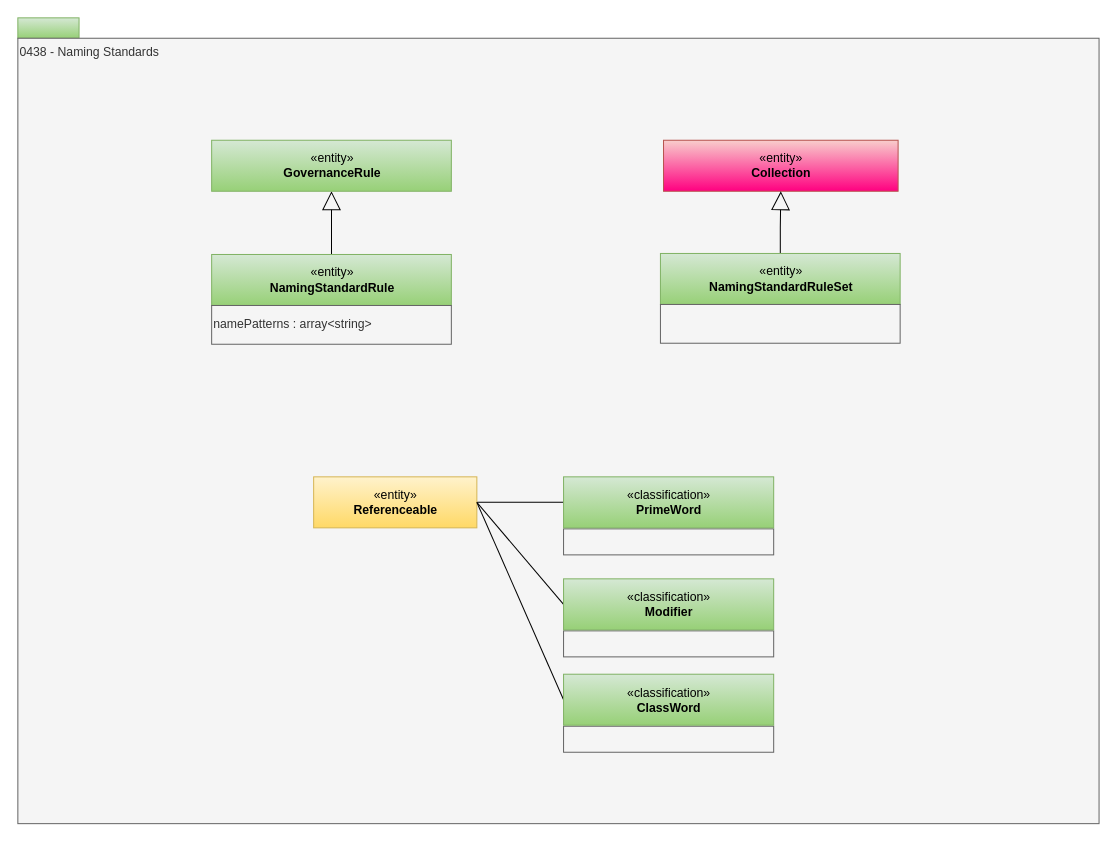
Earlier version of the draw.io diagram page "0438-Naming-Standards" (13 of 30) of site/docs/types/4/area-4-governance.drawio (odpi/egeria-docs). Source tidied: cells renumbered, new cells numbered last; positions are measured from the earlier drawing's top-left corner, leaving out a move shared by most shapes. Both pictures are drawn from the tidied source at 102%, with x=0, y=0 at pixel (17, 17).
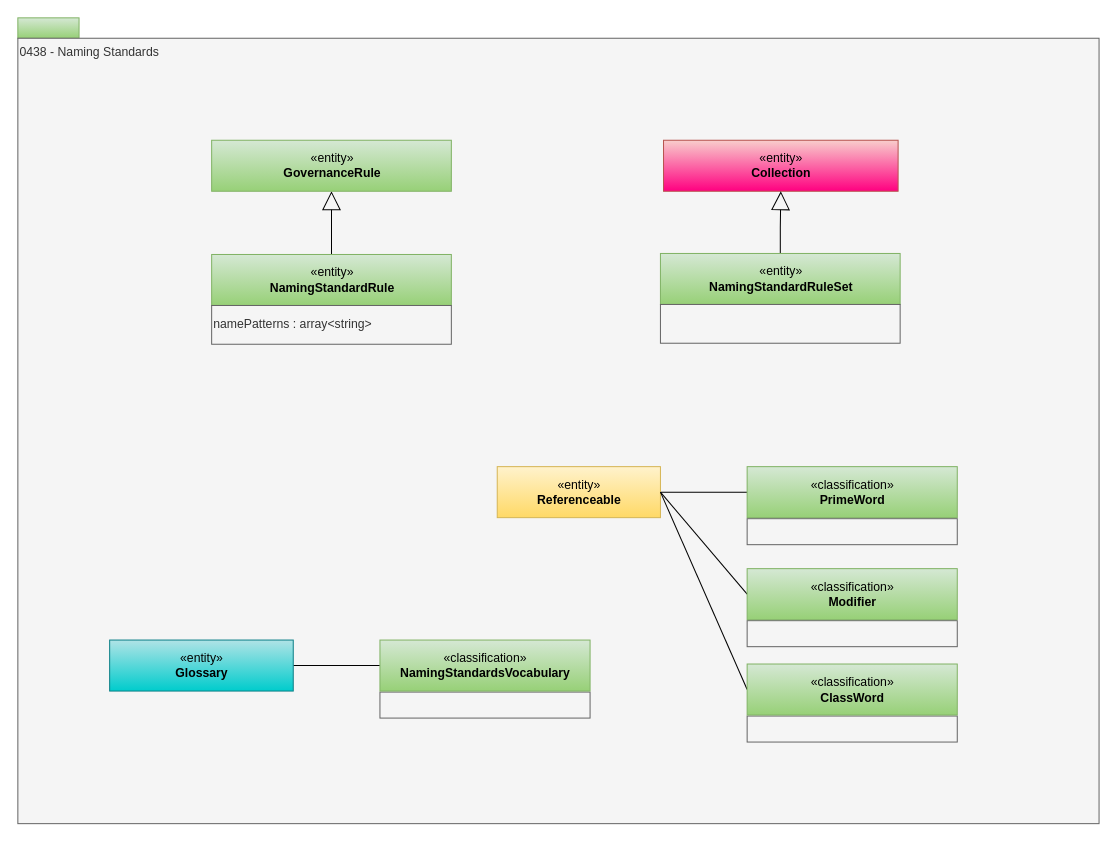
The same diagram, later.

Diff of the diagram source:
```diff
@@
     <mxCell id="4" value="&lt;span&gt;&lt;br&gt;&lt;/span&gt;" style="rounded=0;whiteSpace=wrap;html=1;strokeColor=#666666;align=left;fillColor=#f5f5f5;fontColor=#333333;" parent="1" vertex="1">
-      <mxGeometry x="535" y="501" width="206" height="25.5" as="geometry" />
+      <mxGeometry x="715" y="491" width="206" height="25.5" as="geometry" />
     </mxCell>
@@
     <mxCell id="6" value="«entity»&lt;br&gt;&lt;b&gt;Referenceable&lt;/b&gt;" style="html=1;strokeColor=#d6b656;align=center;fillColor=#fff2cc;gradientColor=#ffd966;" parent="1" vertex="1">
-      <mxGeometry x="290" y="450" width="160" height="50" as="geometry" />
+      <mxGeometry x="470" y="440" width="160" height="50" as="geometry" />
     </mxCell>
     <mxCell id="7" value="«classification»&lt;br&gt;&lt;b&gt;PrimeWord&lt;/b&gt;" style="html=1;strokeColor=#82b366;align=center;fillColor=#d5e8d4;gradientColor=#97d077;" parent="1" vertex="1">
-      <mxGeometry x="535" y="450" width="206" height="50" as="geometry" />
+      <mxGeometry x="715" y="440" width="206" height="50" as="geometry" />
     </mxCell>
     <mxCell id="8" value="&lt;span&gt;&lt;br&gt;&lt;/span&gt;" style="rounded=0;whiteSpace=wrap;html=1;strokeColor=#666666;align=left;fillColor=#f5f5f5;fontColor=#333333;" parent="1" vertex="1">
-      <mxGeometry x="535" y="694.5" width="206" height="25.5" as="geometry" />
+      <mxGeometry x="715" y="684.5" width="206" height="25.5" as="geometry" />
     </mxCell>
@@
     <mxCell id="10" value="«classification»&lt;br&gt;&lt;b&gt;ClassWord&lt;/b&gt;" style="html=1;strokeColor=#82b366;align=center;fillColor=#d5e8d4;gradientColor=#97d077;" parent="1" vertex="1">
-      <mxGeometry x="535" y="643.5" width="206" height="50" as="geometry" />
+      <mxGeometry x="715" y="633.5" width="206" height="50" as="geometry" />
     </mxCell>
     <mxCell id="11" value="&lt;span&gt;&lt;br&gt;&lt;/span&gt;" style="rounded=0;whiteSpace=wrap;html=1;strokeColor=#666666;align=left;fillColor=#f5f5f5;fontColor=#333333;" parent="1" vertex="1">
-      <mxGeometry x="535" y="601" width="206" height="25.5" as="geometry" />
+      <mxGeometry x="715" y="591" width="206" height="25.5" as="geometry" />
     </mxCell>
@@
     <mxCell id="13" value="«classification»&lt;br&gt;&lt;b&gt;Modifier&lt;/b&gt;" style="html=1;strokeColor=#82b366;align=center;fillColor=#d5e8d4;gradientColor=#97d077;" parent="1" vertex="1">
-      <mxGeometry x="535" y="550" width="206" height="50" as="geometry" />
+      <mxGeometry x="715" y="540" width="206" height="50" as="geometry" />
     </mxCell>
@@
+    <mxCell id="22" value="&lt;span&gt;&lt;br&gt;&lt;/span&gt;" style="rounded=0;whiteSpace=wrap;html=1;strokeColor=#666666;align=left;fillColor=#f5f5f5;fontColor=#333333;" parent="1" vertex="1">
+      <mxGeometry x="355" y="661" width="206" height="25.5" as="geometry" />
+    </mxCell>
+    <mxCell id="23" style="rounded=0;html=1;endArrow=none;endFill=0;jettySize=auto;exitX=1;exitY=0.5;exitDx=0;exitDy=0;entryX=0;entryY=0.5;entryDx=0;entryDy=0;" parent="1" edge="1" source="25" target="24">
+      <mxGeometry relative="1" as="geometry" />
+    </mxCell>
+    <mxCell id="24" value="«classification»&lt;br&gt;&lt;b&gt;NamingStandardsVocabulary&lt;/b&gt;" style="html=1;strokeColor=#82b366;align=center;fillColor=#d5e8d4;gradientColor=#97d077;" parent="1" vertex="1">
+      <mxGeometry x="355" y="610" width="206" height="50" as="geometry" />
+    </mxCell>
+    <mxCell id="25" value="«entity»&lt;br&gt;&lt;b&gt;Glossary&lt;/b&gt;" style="html=1;strokeColor=#0e8088;align=center;fillColor=#b0e3e6;gradientColor=#00CCCC;" parent="1" vertex="1">
+      <mxGeometry x="90" y="610" width="180" height="50" as="geometry" />
+    </mxCell>
```
